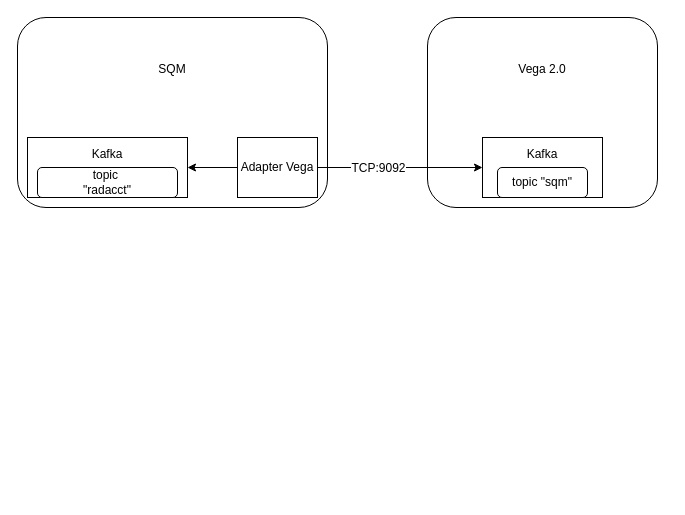
Earlier version of the draw.io diagram vega.drawio (qqmax7/test). Source tidied: cells renumbered, new cells numbered last; positions are measured from the earlier drawing's top-left corner, leaving out a move shared by most shapes. Both pictures are drawn from the tidied source at 100%, with x=0, y=0 at pixel (17, 17).
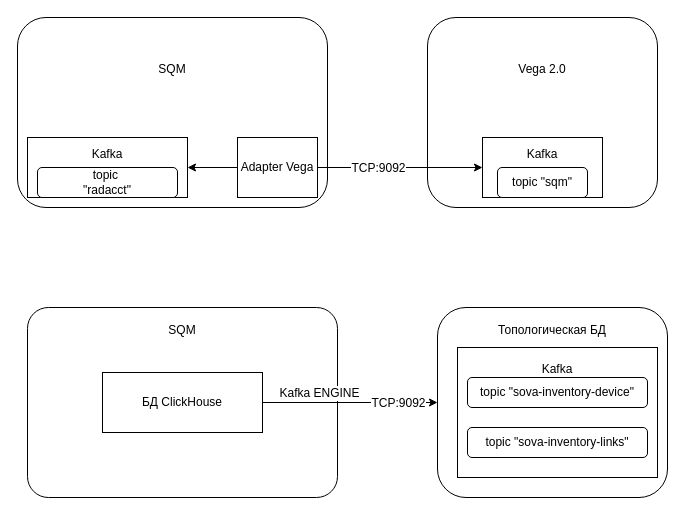
After the change.

The edit, as a diff of the source:
```diff
@@
+    <mxCell id="12" value="&lt;div&gt;Топологическая БД&lt;/div&gt;&lt;div&gt;&lt;br&gt;&lt;/div&gt;&lt;div&gt;&lt;br&gt;&lt;/div&gt;&lt;div&gt;&lt;br&gt;&lt;/div&gt;&lt;div&gt;&lt;br&gt;&lt;/div&gt;&lt;div&gt;&lt;br&gt;&lt;/div&gt;&lt;div&gt;&lt;br&gt;&lt;/div&gt;&lt;div&gt;&lt;br&gt;&lt;/div&gt;&lt;div&gt;&lt;br&gt;&lt;/div&gt;&lt;div&gt;&lt;br&gt;&lt;/div&gt;&lt;div&gt;&lt;br&gt;&lt;/div&gt;" style="rounded=1;whiteSpace=wrap;html=1;align=top;" parent="1" vertex="1">
+      <mxGeometry x="420" y="290" width="230" height="190" as="geometry" />
+    </mxCell>
+    <mxCell id="13" value="&lt;div&gt;Kafka&lt;/div&gt;&lt;div&gt;&lt;br&gt;&lt;/div&gt;&lt;div&gt;&lt;br&gt;&lt;/div&gt;&lt;div&gt;&lt;br&gt;&lt;/div&gt;&lt;div&gt;&lt;br&gt;&lt;/div&gt;&lt;div&gt;&lt;br&gt;&lt;/div&gt;&lt;div&gt;&lt;br&gt;&lt;/div&gt;" style="rounded=0;whiteSpace=wrap;html=1;align=center;shadow=0;imageVerticalAlign=top;imageAspect=0;imageAlign=center;overflow=visible;" parent="1" vertex="1">
+      <mxGeometry x="440" y="330" width="200" height="130" as="geometry" />
+    </mxCell>
+    <mxCell id="14" value="topic &quot;sova-inventory-device&quot;" style="rounded=1;whiteSpace=wrap;html=1;shadow=0;strokeColor=default;align=center;verticalAlign=middle;fontFamily=Helvetica;fontSize=12;fontColor=default;fillColor=default;" parent="1" vertex="1">
+      <mxGeometry x="450" y="360" width="180" height="30" as="geometry" />
+    </mxCell>
+    <mxCell id="15" value="&lt;div&gt;SQM&lt;/div&gt;&lt;div&gt;&lt;br&gt;&lt;/div&gt;&lt;div&gt;&lt;br&gt;&lt;/div&gt;&lt;div&gt;&lt;br&gt;&lt;/div&gt;&lt;div&gt;&lt;br&gt;&lt;/div&gt;&lt;div&gt;&lt;br&gt;&lt;/div&gt;&lt;div&gt;&lt;br&gt;&lt;/div&gt;&lt;div&gt;&lt;br&gt;&lt;/div&gt;&lt;div&gt;&lt;br&gt;&lt;/div&gt;&lt;div&gt;&lt;br&gt;&lt;/div&gt;&lt;div&gt;&lt;br&gt;&lt;/div&gt;" style="rounded=1;whiteSpace=wrap;html=1;align=center;arcSize=11;" parent="1" vertex="1">
+      <mxGeometry x="10" y="290" width="310" height="190" as="geometry" />
+    </mxCell>
+    <mxCell id="16" style="edgeStyle=orthogonalEdgeStyle;rounded=0;jettySize=auto;html=1;fontFamily=Helvetica;fontSize=12;fontColor=default;exitX=1;exitY=0.5;exitDx=0;exitDy=0;" parent="1" edge="1" source="19" target="12">
+      <mxGeometry relative="1" as="geometry" />
+    </mxCell>
+    <mxCell id="17" value="TCP:9092" style="edgeLabel;html=1;align=center;verticalAlign=middle;rounded=0;shadow=0;strokeColor=default;fontFamily=Helvetica;fontSize=12;fontColor=default;fillColor=default;" parent="16" vertex="1">
+      <mxGeometry x="-0.08" y="-2" relative="1" as="geometry">
+        <mxPoint x="54" y="-2" as="offset" />
+      </mxGeometry>
+    </mxCell>
+    <mxCell id="18" value="Kafka ENGINE" style="edgeLabel;html=1;align=center;verticalAlign=middle;rounded=1;strokeColor=default;fontFamily=Helvetica;fontSize=12;fontColor=default;fillColor=default;" parent="16" vertex="1">
+      <mxGeometry x="-0.62" relative="1" as="geometry">
+        <mxPoint x="23" y="-10" as="offset" />
+      </mxGeometry>
+    </mxCell>
+    <mxCell id="19" value="БД ClickHouse" style="rounded=0;whiteSpace=wrap;html=1;align=center;shadow=0;imageVerticalAlign=top;imageAspect=0;imageAlign=center;overflow=visible;" parent="1" vertex="1">
+      <mxGeometry x="85" y="355" width="160" height="60" as="geometry" />
+    </mxCell>
+    <mxCell id="20" value="topic &quot;sova-inventory-links&quot;" style="rounded=1;whiteSpace=wrap;html=1;shadow=0;strokeColor=default;align=center;verticalAlign=middle;fontFamily=Helvetica;fontSize=12;fontColor=default;fillColor=default;" parent="1" vertex="1">
+      <mxGeometry x="450" y="410" width="180" height="30" as="geometry" />
+    </mxCell>
```
